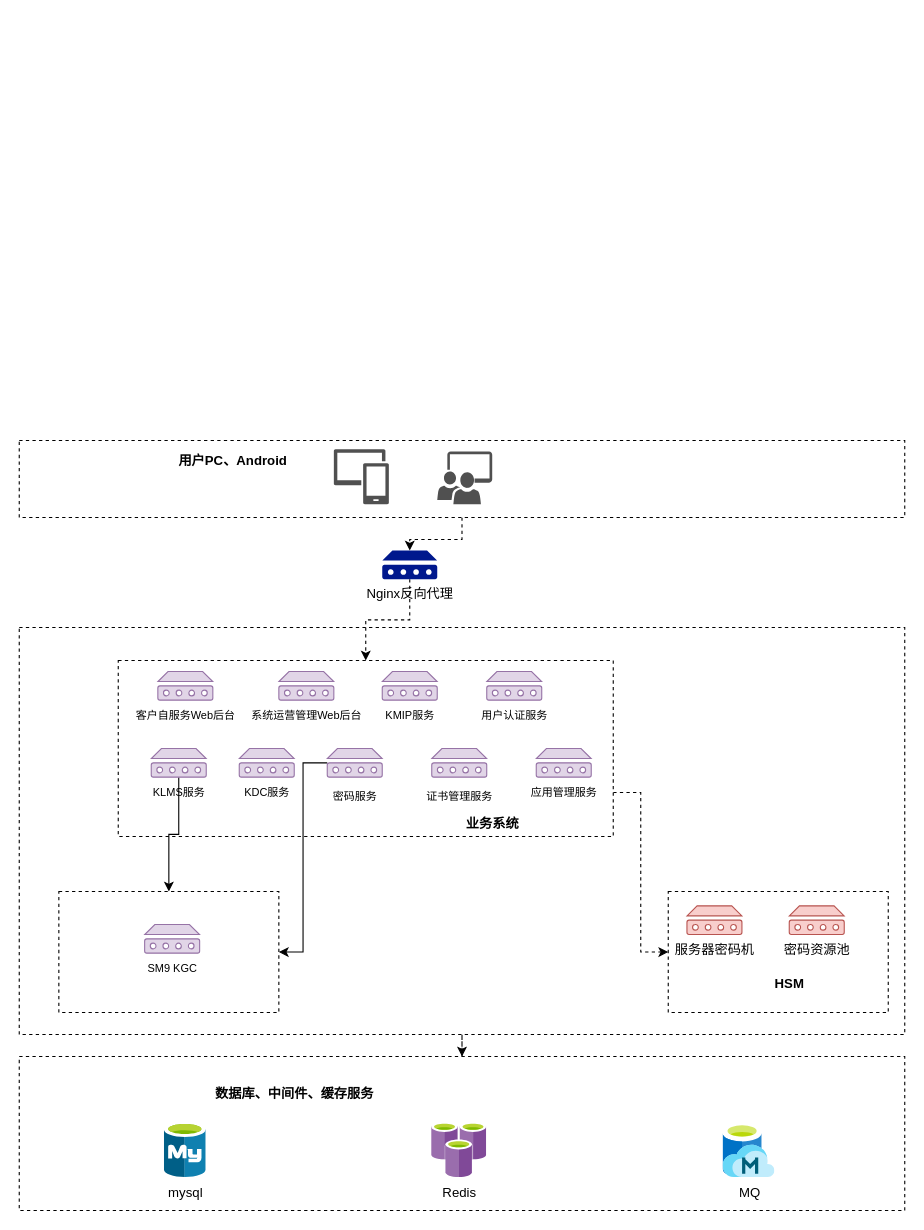
Earlier version of the draw.io diagram cloud-arch.drawio (twoconk/guaniu). Source tidied: cells renumbered, new cells numbered last; positions are measured from the earlier drawing's top-left corner, leaving out a move shared by most shapes. Both pictures are drawn from the tidied source at 110%, with x=0, y=0 at pixel (19, 435).
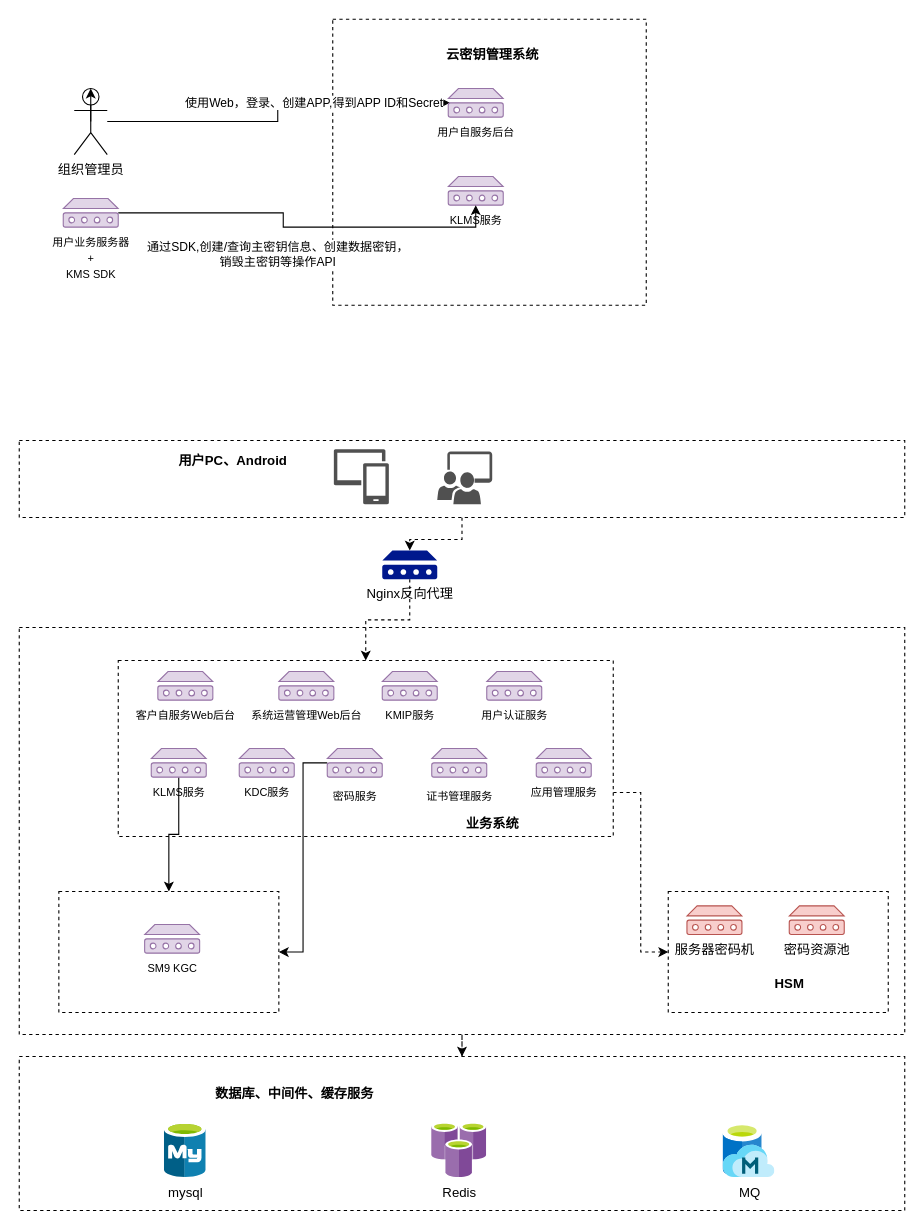
The same diagram, later.

Diff of the diagram source:
```diff
@@
+    <mxCell id="38" style="rounded=0;whiteSpace=wrap;html=1;dashed=1;" parent="1" vertex="1">
+      <mxGeometry x="285" y="-378" width="285" height="260" as="geometry" />
+    </mxCell>
@@
+    <mxCell id="39" style="edgeStyle=orthogonalEdgeStyle;rounded=0;jettySize=auto;html=1;entryX=0.03;entryY=0.5;entryDx=0;entryDy=0;entryPerimeter=0;" parent="1" edge="1" source="41" target="42">
+      <mxGeometry relative="1" as="geometry" />
+    </mxCell>
+    <mxCell id="40" value="使用Web，登录、创建APP,得到APP ID和Secret" style="edgeLabel;html=1;align=center;verticalAlign=middle;" parent="39" vertex="1">
+      <mxGeometry x="0.24" y="1" relative="1" as="geometry" />
+    </mxCell>
+    <mxCell id="41" value="组织管理员" style="shape=umlActor;verticalLabelPosition=bottom;verticalAlign=top;html=1;outlineConnect=0;" parent="1" vertex="1">
+      <mxGeometry x="50" y="-315" width="30" height="60" as="geometry" />
+    </mxCell>
+    <mxCell id="42" value="&lt;font size=&quot;1&quot;&gt;用户自服务后台&lt;br&gt;&lt;/font&gt;" style="shadow=0;dashed=0;html=1;strokeColor=#9673a6;labelPosition=center;verticalLabelPosition=bottom;verticalAlign=top;align=center;fillColor=#e1d5e7;shape=mxgraph.mscae.enterprise.device;" parent="1" vertex="1">
+      <mxGeometry x="390" y="-315" width="50" height="26" as="geometry" />
+    </mxCell>
+    <mxCell id="43" style="edgeStyle=orthogonalEdgeStyle;rounded=0;orthogonalLoop=1;jettySize=auto;html=1;exitX=0.5;exitY=1;exitDx=0;exitDy=0;exitPerimeter=0;" parent="1" edge="1" source="42" target="42">
+      <mxGeometry relative="1" as="geometry" />
+    </mxCell>
+    <mxCell id="44" value="&lt;span style=&quot;font-size: 12px&quot;&gt;云密钥管理系统&lt;/span&gt;" style="text;strokeColor=none;fillColor=none;html=1;fontSize=24;fontStyle=1;verticalAlign=middle;align=center;dashed=1;" parent="1" vertex="1">
+      <mxGeometry x="350" y="-369" width="160" height="40" as="geometry" />
+    </mxCell>
+    <mxCell id="45" value="&lt;font size=&quot;1&quot;&gt;KLMS服务&lt;br&gt;&lt;/font&gt;" style="shadow=0;dashed=0;html=1;strokeColor=#9673a6;labelPosition=center;verticalLabelPosition=bottom;verticalAlign=top;align=center;fillColor=#e1d5e7;shape=mxgraph.mscae.enterprise.device;" parent="1" vertex="1">
+      <mxGeometry x="390" y="-235" width="50" height="26" as="geometry" />
+    </mxCell>
+    <mxCell id="46" style="edgeStyle=orthogonalEdgeStyle;rounded=0;jettySize=auto;html=1;entryX=0.5;entryY=1;entryDx=0;entryDy=0;entryPerimeter=0;" parent="1" edge="1" source="48" target="45">
+      <mxGeometry relative="1" as="geometry" />
+    </mxCell>
+    <mxCell id="47" value="通过SDK,创建/查询主密钥信息、创建数据密钥，&lt;br&gt;销毁主密钥等操作API" style="edgeLabel;html=1;align=center;verticalAlign=middle;" parent="46" vertex="1">
+      <mxGeometry x="0.03" y="4" relative="1" as="geometry">
+        <mxPoint x="-27" y="28" as="offset" />
+      </mxGeometry>
+    </mxCell>
+    <mxCell id="48" value="&lt;font size=&quot;1&quot;&gt;用户业务服务器&lt;br&gt;+&lt;br&gt;KMS SDK&lt;br&gt;&lt;/font&gt;" style="shadow=0;dashed=0;html=1;strokeColor=#9673a6;labelPosition=center;verticalLabelPosition=bottom;verticalAlign=top;align=center;fillColor=#e1d5e7;shape=mxgraph.mscae.enterprise.device;" parent="1" vertex="1">
+      <mxGeometry x="40" y="-215" width="50" height="26" as="geometry" />
+    </mxCell>
+    <mxCell id="49" style="edgeStyle=orthogonalEdgeStyle;rounded=0;orthogonalLoop=1;jettySize=auto;html=1;exitX=0.5;exitY=0.5;exitDx=0;exitDy=0;exitPerimeter=0;entryX=0.5;entryY=0;entryDx=0;entryDy=0;entryPerimeter=0;" parent="1" edge="1" source="41" target="41">
+      <mxGeometry relative="1" as="geometry" />
+    </mxCell>
```
